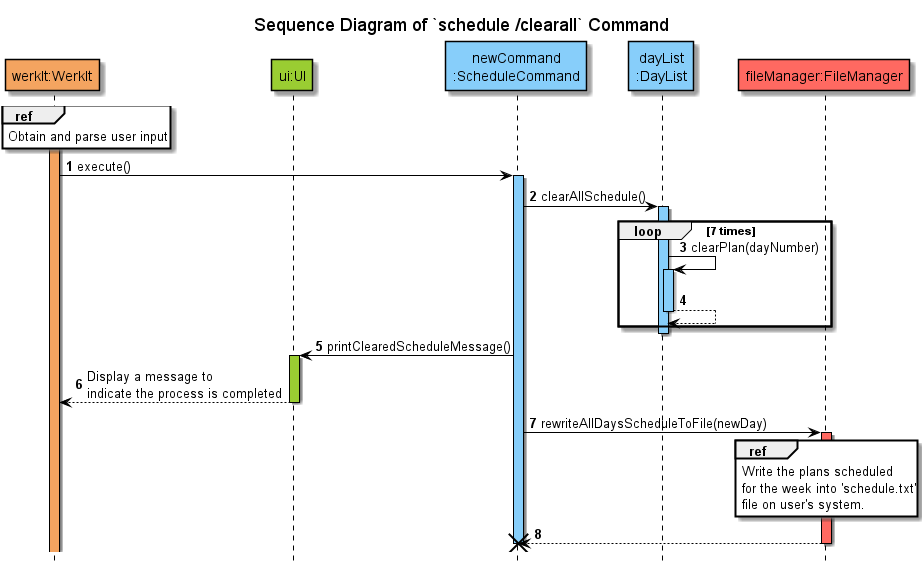
This is docs/uml/sequenceDiagrams/schedule/images/clearAllSchedule.png from nus-cs2113-AY2122S2/tp, a PlantUML export, as it was before one commit.
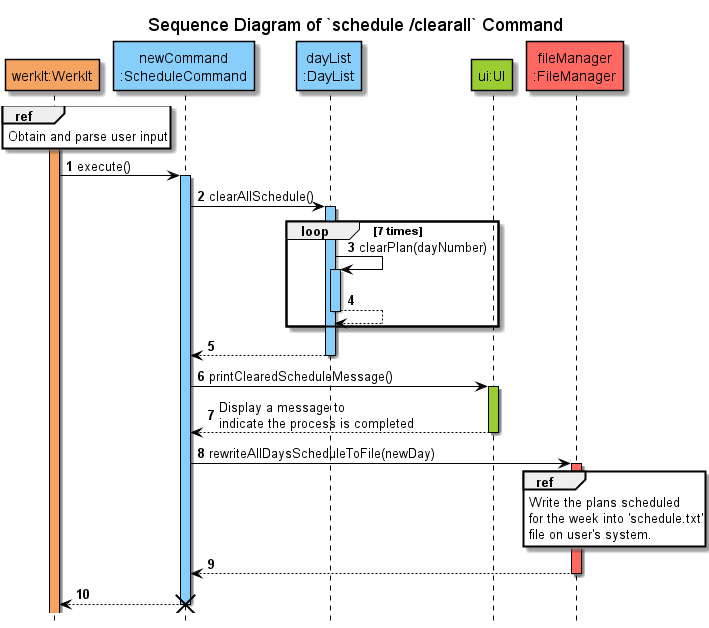
The same diagram one commit later.

The edit, as a diff of the source:
```diff
@@ -7,9 +7,9 @@
 hide footbox
 
 participant "werkIt:WerkIt" AS WerkIt COLOR_WERKIT
-participant "ui:UI" AS UI COLOR_UI
 participant "newCommand\n:ScheduleCommand" AS newCommand COLOR_LOGIC
 participant "dayList\n:DayList" AS DayList COLOR_LOGIC
+participant "ui:UI" AS UI COLOR_UI
 
 
 activate WerkIt COLOR_WERKIT
@@ -27,14 +27,15 @@
 activate DayList COLOR_LOGIC
 return
 end
+return
 deactivate DayList
 
 newCommand -> UI : printClearedScheduleMessage()
 activate UI COLOR_UI
-UI --> WerkIt: Display a message to \nindicate the process is completed
+UI --> newCommand: Display a message to \nindicate the process is completed
 deactivate UI
 
-participant "fileManager:FileManager" as FileManager COLOR_STORAGE
+participant "fileManager\n:FileManager" as FileManager COLOR_STORAGE
 newCommand -> FileManager : rewriteAllDaysScheduleToFile(newDay)
 activate FileManager COLOR_STORAGE
 ref over FileManager
@@ -45,5 +46,6 @@
 newCommand <-- FileManager
 deactivate FileManager
 
+newCommand --> WerkIt
 destroy newCommand
 @enduml
```
